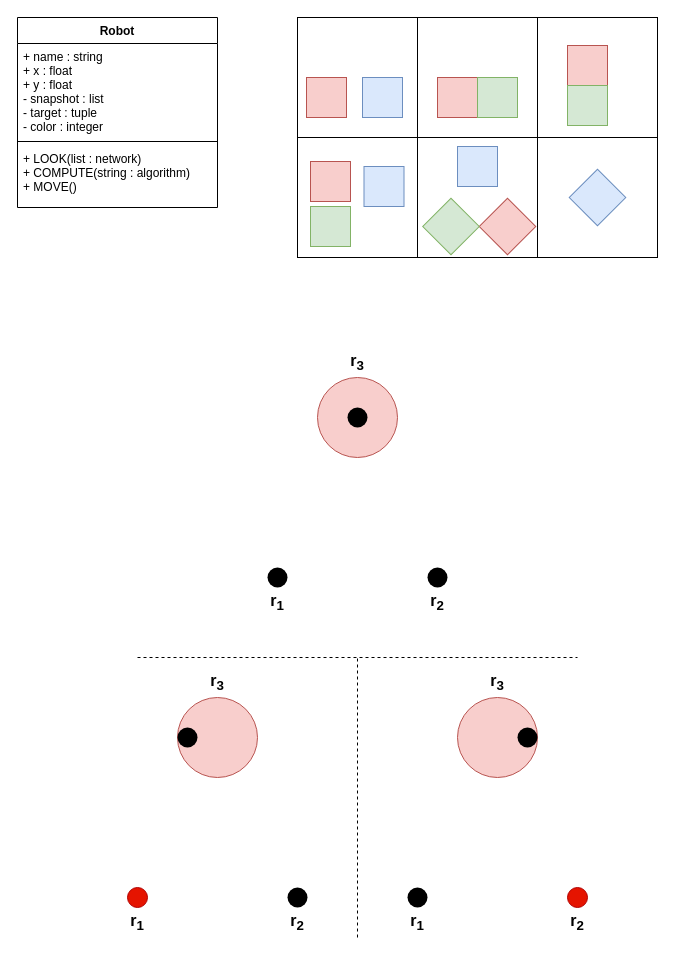
The draw.io diagram Simu1.drawio in UberPanda/Stuff, before the edit. Source tidied: cells renumbered, new cells numbered last; positions are measured from the earlier drawing's top-left corner, leaving out a move shared by most shapes. Both pictures are drawn from the tidied source at 100%, with x=0, y=0 at pixel (17, 17).
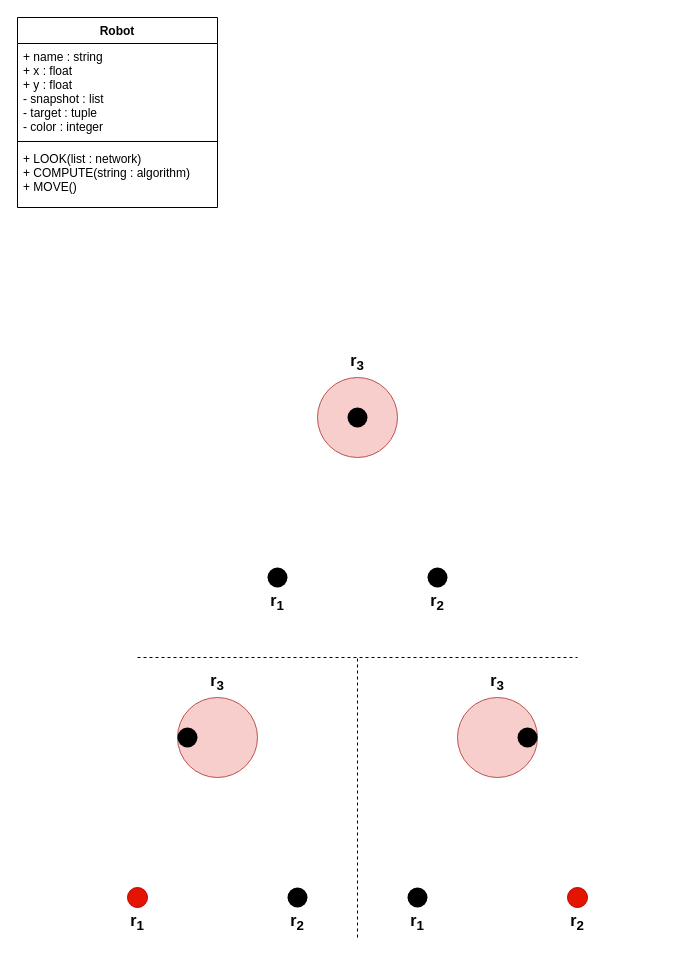
The same diagram, later.

Diff of the diagram source:
```diff
@@
-    <mxCell id="6" style="rounded=0;whiteSpace=wrap;html=1;" parent="1" vertex="1">
-      <mxGeometry x="280" width="120" height="120" as="geometry" />
-    </mxCell>
-    <mxCell id="7" style="rounded=0;whiteSpace=wrap;html=1;" parent="1" vertex="1">
-      <mxGeometry x="400" width="120" height="120" as="geometry" />
-    </mxCell>
-    <mxCell id="8" style="rounded=0;whiteSpace=wrap;html=1;" parent="1" vertex="1">
-      <mxGeometry x="520" width="120" height="120" as="geometry" />
-    </mxCell>
-    <mxCell id="9" style="rounded=0;whiteSpace=wrap;html=1;" parent="1" vertex="1">
-      <mxGeometry x="280" y="120" width="120" height="120" as="geometry" />
-    </mxCell>
-    <mxCell id="10" style="rounded=0;whiteSpace=wrap;html=1;" parent="1" vertex="1">
-      <mxGeometry x="400" y="120" width="120" height="120" as="geometry" />
-    </mxCell>
-    <mxCell id="11" style="rounded=0;whiteSpace=wrap;html=1;" parent="1" vertex="1">
-      <mxGeometry x="520" y="120" width="120" height="120" as="geometry" />
-    </mxCell>
-    <mxCell id="12" style="whiteSpace=wrap;html=1;fillColor=#f8cecc;strokeColor=#b85450;" parent="1" vertex="1">
-      <mxGeometry x="289" y="60" width="40" height="40" as="geometry" />
-    </mxCell>
-    <mxCell id="13" style="whiteSpace=wrap;html=1;fillColor=#dae8fc;strokeColor=#6c8ebf;" parent="1" vertex="1">
-      <mxGeometry x="345" y="60" width="40" height="40" as="geometry" />
-    </mxCell>
-    <mxCell id="14" style="whiteSpace=wrap;html=1;fillColor=#f8cecc;strokeColor=#b85450;" parent="1" vertex="1">
-      <mxGeometry x="420" y="60" width="40" height="40" as="geometry" />
-    </mxCell>
-    <mxCell id="15" style="whiteSpace=wrap;html=1;fillColor=#d5e8d4;strokeColor=#82b366;" parent="1" vertex="1">
-      <mxGeometry x="460" y="60" width="40" height="40" as="geometry" />
-    </mxCell>
-    <mxCell id="16" style="whiteSpace=wrap;html=1;fillColor=#f8cecc;strokeColor=#b85450;" parent="1" vertex="1">
-      <mxGeometry x="550" y="28" width="40" height="40" as="geometry" />
-    </mxCell>
-    <mxCell id="17" style="whiteSpace=wrap;html=1;fillColor=#d5e8d4;strokeColor=#82b366;" parent="1" vertex="1">
-      <mxGeometry x="550" y="68" width="40" height="40" as="geometry" />
-    </mxCell>
-    <mxCell id="18" style="whiteSpace=wrap;html=1;fillColor=#f8cecc;strokeColor=#b85450;" parent="1" vertex="1">
-      <mxGeometry x="293" y="144" width="40" height="40" as="geometry" />
-    </mxCell>
-    <mxCell id="19" style="whiteSpace=wrap;html=1;fillColor=#d5e8d4;strokeColor=#82b366;" parent="1" vertex="1">
-      <mxGeometry x="293" y="189" width="40" height="40" as="geometry" />
-    </mxCell>
-    <mxCell id="20" style="whiteSpace=wrap;html=1;fillColor=#dae8fc;strokeColor=#6c8ebf;" parent="1" vertex="1">
-      <mxGeometry x="346.5" y="149" width="40" height="40" as="geometry" />
-    </mxCell>
-    <mxCell id="21" style="whiteSpace=wrap;html=1;fillColor=#f8cecc;strokeColor=#b85450;rotation=45;direction=south;" parent="1" vertex="1">
-      <mxGeometry x="470" y="189" width="40" height="40" as="geometry" />
-    </mxCell>
-    <mxCell id="22" style="whiteSpace=wrap;html=1;fillColor=#d5e8d4;strokeColor=#82b366;rotation=45;" parent="1" vertex="1">
-      <mxGeometry x="413.5" y="189" width="40" height="40" as="geometry" />
-    </mxCell>
-    <mxCell id="23" style="whiteSpace=wrap;html=1;fillColor=#dae8fc;strokeColor=#6c8ebf;rotation=45;" parent="1" vertex="1">
-      <mxGeometry x="560" y="160" width="40" height="40" as="geometry" />
-    </mxCell>
-    <mxCell id="24" style="whiteSpace=wrap;html=1;fillColor=#dae8fc;strokeColor=#6c8ebf;" parent="1" vertex="1">
-      <mxGeometry x="440" y="129" width="40" height="40" as="geometry" />
-    </mxCell>
```
